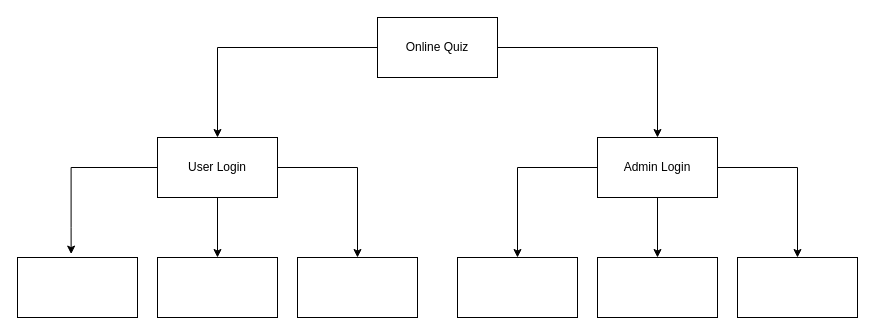
Basavaraj2k00/Story keeps this draw.io diagram as Untitled Diagram.drawio. Above is the earlier version. Source tidied: cells renumbered, new cells numbered last; positions are measured from the earlier drawing's top-left corner, leaving out a move shared by most shapes. Both pictures are drawn from the tidied source at 100%, with x=0, y=0 at pixel (17, 17).
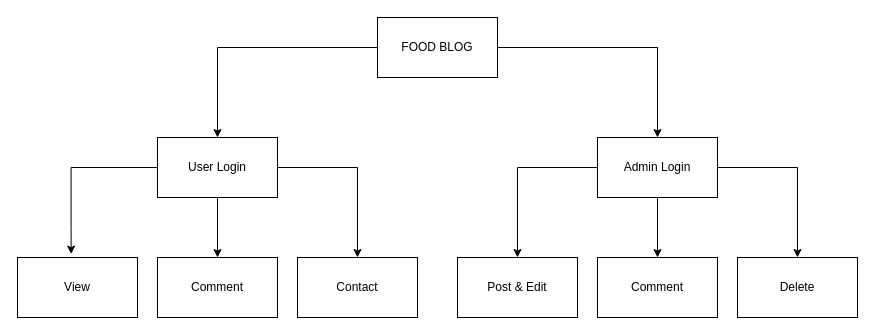
The same diagram, later.

Diff of the diagram source:
```diff
@@
 <mxGraphModel>
   <root>
     <mxCell id="0" />
     <mxCell id="1" parent="0" />
     <mxCell id="2" style="edgeStyle=orthogonalEdgeStyle;rounded=0;jettySize=auto;html=1;entryX=0.5;entryY=0;entryDx=0;entryDy=0;" parent="1" edge="1" source="4" target="8">
       <mxGeometry relative="1" as="geometry" />
     </mxCell>
     <mxCell id="3" style="edgeStyle=orthogonalEdgeStyle;rounded=0;jettySize=auto;html=1;entryX=0.5;entryY=0;entryDx=0;entryDy=0;" parent="1" edge="1" source="4" target="12">
       <mxGeometry relative="1" as="geometry" />
     </mxCell>
-    <mxCell id="4" value="Online Quiz" style="rounded=0;whiteSpace=wrap;html=1;" parent="1" vertex="1">
+    <mxCell id="4" value="FOOD BLOG" style="rounded=0;whiteSpace=wrap;html=1;" parent="1" vertex="1">
       <mxGeometry x="360" width="120" height="60" as="geometry" />
     </mxCell>
     <mxCell id="5" style="edgeStyle=orthogonalEdgeStyle;rounded=0;jettySize=auto;html=1;" parent="1" edge="1" source="8" target="15">
       <mxGeometry relative="1" as="geometry" />
     </mxCell>
     <mxCell id="6" style="edgeStyle=orthogonalEdgeStyle;rounded=0;jettySize=auto;html=1;entryX=0.447;entryY=-0.057;entryDx=0;entryDy=0;entryPerimeter=0;" parent="1" edge="1" source="8" target="13">
       <mxGeometry relative="1" as="geometry" />
     </mxCell>
     <mxCell id="7" style="edgeStyle=orthogonalEdgeStyle;rounded=0;jettySize=auto;html=1;entryX=0.5;entryY=0;entryDx=0;entryDy=0;" parent="1" edge="1" source="8" target="14">
       <mxGeometry relative="1" as="geometry" />
     </mxCell>
     <mxCell id="8" value="User Login" style="rounded=0;whiteSpace=wrap;html=1;" parent="1" vertex="1">
       <mxGeometry x="140" y="120" width="120" height="60" as="geometry" />
     </mxCell>
     <mxCell id="9" style="edgeStyle=orthogonalEdgeStyle;rounded=0;jettySize=auto;html=1;entryX=0.5;entryY=0;entryDx=0;entryDy=0;" parent="1" edge="1" source="12" target="18">
       <mxGeometry relative="1" as="geometry" />
     </mxCell>
     <mxCell id="10" style="edgeStyle=orthogonalEdgeStyle;rounded=0;jettySize=auto;html=1;" parent="1" edge="1" source="12" target="17">
       <mxGeometry relative="1" as="geometry" />
     </mxCell>
     <mxCell id="11" style="edgeStyle=orthogonalEdgeStyle;rounded=0;jettySize=auto;html=1;entryX=0.5;entryY=0;entryDx=0;entryDy=0;" parent="1" edge="1" source="12" target="16">
       <mxGeometry relative="1" as="geometry" />
     </mxCell>
     <mxCell id="12" value="Admin Login" style="rounded=0;whiteSpace=wrap;html=1;" parent="1" vertex="1">
       <mxGeometry x="580" y="120" width="120" height="60" as="geometry" />
     </mxCell>
-    <mxCell id="13" style="rounded=0;whiteSpace=wrap;html=1;" parent="1" vertex="1">
+    <mxCell id="13" value="View" style="rounded=0;whiteSpace=wrap;html=1;" parent="1" vertex="1">
       <mxGeometry y="240" width="120" height="60" as="geometry" />
     </mxCell>
-    <mxCell id="14" style="rounded=0;whiteSpace=wrap;html=1;" parent="1" vertex="1">
+    <mxCell id="14" value="Contact" style="rounded=0;whiteSpace=wrap;html=1;" parent="1" vertex="1">
       <mxGeometry x="280" y="240" width="120" height="60" as="geometry" />
     </mxCell>
-    <mxCell id="15" style="rounded=0;whiteSpace=wrap;html=1;" parent="1" vertex="1">
+    <mxCell id="15" value="Comment" style="rounded=0;whiteSpace=wrap;html=1;" parent="1" vertex="1">
       <mxGeometry x="140" y="240" width="120" height="60" as="geometry" />
     </mxCell>
-    <mxCell id="16" style="rounded=0;whiteSpace=wrap;html=1;" parent="1" vertex="1">
+    <mxCell id="16" value="Delete" style="rounded=0;whiteSpace=wrap;html=1;" parent="1" vertex="1">
       <mxGeometry x="720" y="240" width="120" height="60" as="geometry" />
     </mxCell>
-    <mxCell id="17" style="rounded=0;whiteSpace=wrap;html=1;" parent="1" vertex="1">
+    <mxCell id="17" value="Comment" style="rounded=0;whiteSpace=wrap;html=1;" parent="1" vertex="1">
       <mxGeometry x="580" y="240" width="120" height="60" as="geometry" />
     </mxCell>
-    <mxCell id="18" style="rounded=0;whiteSpace=wrap;html=1;" parent="1" vertex="1">
+    <mxCell id="18" value="Post &amp;amp; Edit" style="rounded=0;whiteSpace=wrap;html=1;" parent="1" vertex="1">
       <mxGeometry x="440" y="240" width="120" height="60" as="geometry" />
     </mxCell>
   </root>
 </mxGraphModel>
```
